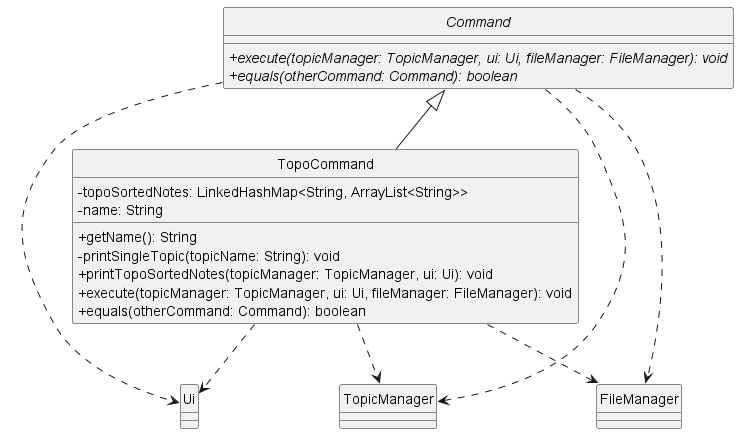
Before: docs/uml/diagrams/TopoCommandClass.png, a diagram exported from PlantUML (ong-ck/tp).
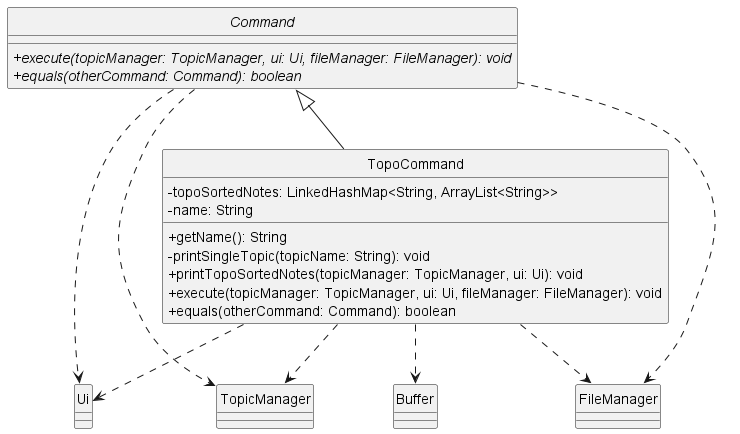
The same diagram one commit later.

Commit message:
Update all class diagram to include dependency on Buffer

What changed in the source:
```diff
@@ -23,6 +23,9 @@
 class TopicManager {
 }
 
+class Buffer {
+}
+
 class FileManager {
 }
 
@@ -32,5 +35,6 @@
 TopoCommand ..> TopicManager
 Command ..> FileManager
 TopoCommand ..> FileManager
+TopoCommand ..> Buffer
 Command <|-- TopoCommand
 @enduml
```
